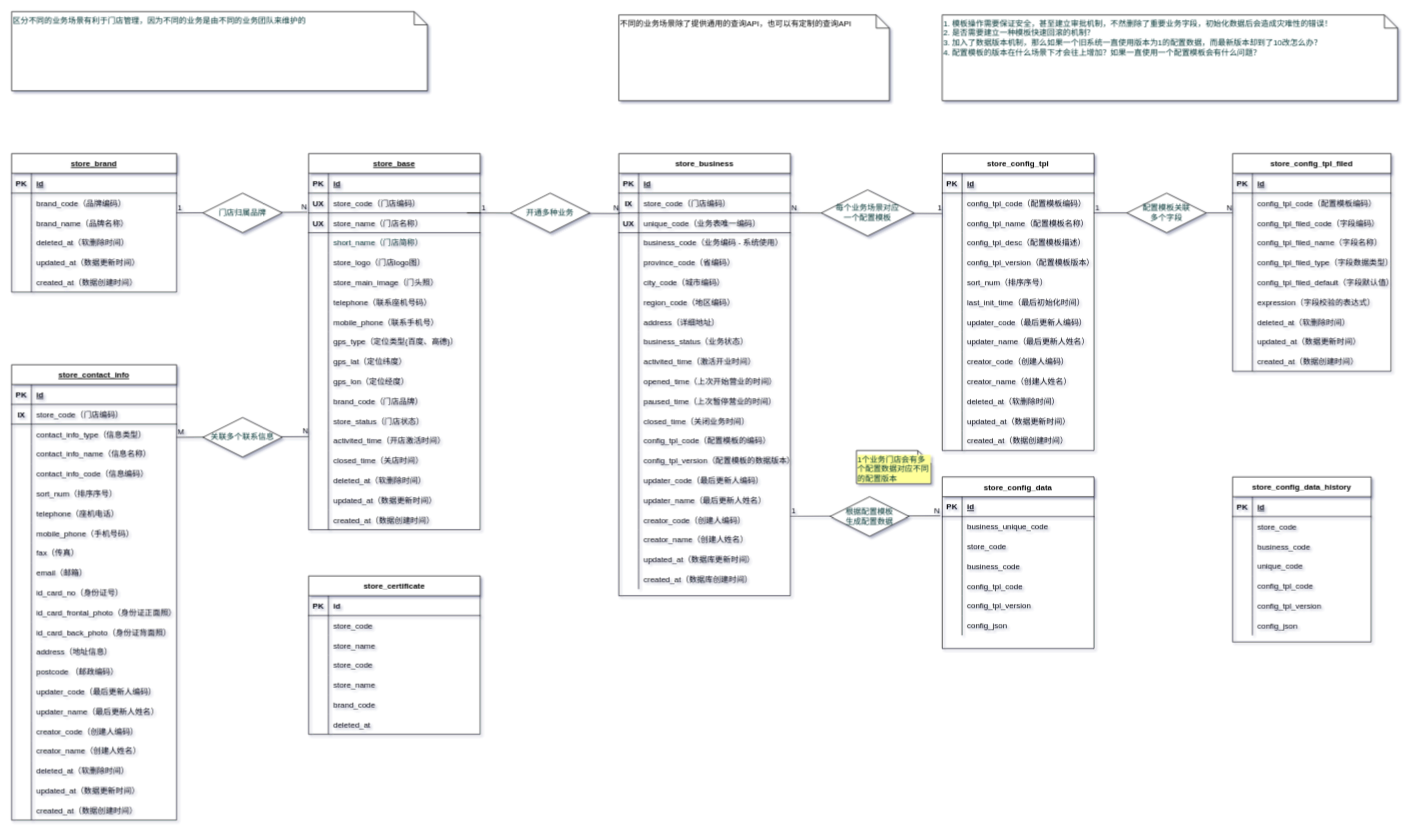
This is Untitled Diagram.drawio from supermanhss/php-ini, a draw.io file, before an edit. Source tidied: cells renumbered, new cells numbered last; positions are measured from the earlier drawing's top-left corner, leaving out a move shared by most shapes. Both pictures are drawn from the tidied source at 66%, with x=0, y=0 at pixel (11, 11).
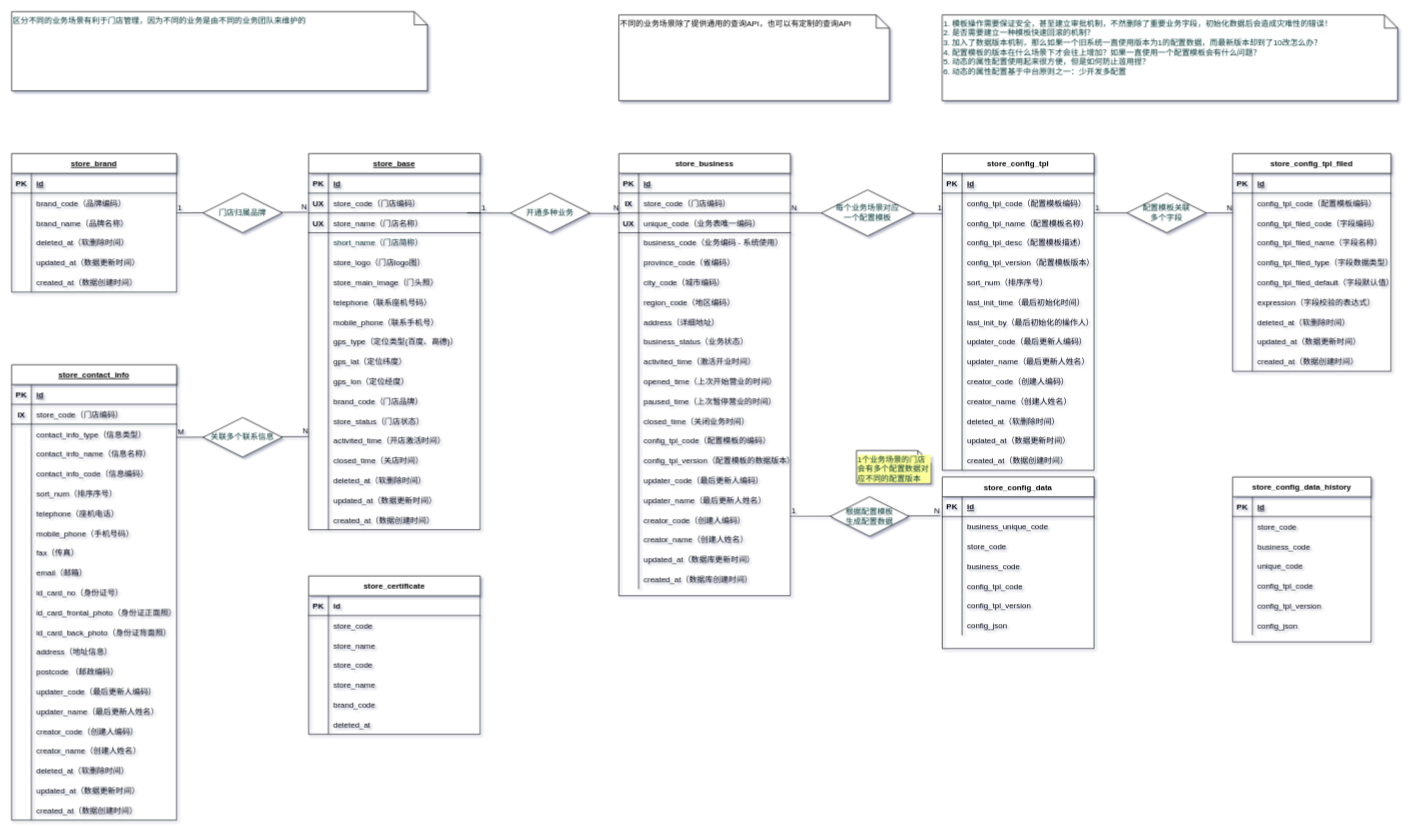
The same diagram, later.

What changed in the source:
```diff
@@
     <mxCell id="121" value="store_config_tpl" style="shape=table;startSize=30;childLayout=tableLayout;rowLines=0;fontStyle=1;align=center;swimlaneFillColor=none;" parent="1" vertex="1">
-      <mxGeometry x="1410" y="215" width="230" height="450" as="geometry" />
+      <mxGeometry x="1410" y="215" width="230" height="480" as="geometry" />
     </mxCell>
@@
+    <mxCell id="375" style="shape=partialRectangle;fillColor=none;top=0;left=0;bottom=0;right=0;labelBackgroundColor=#FFFF99;fontColor=#003333;align=left;verticalAlign=top;" parent="121" vertex="1">
+      <mxGeometry y="240" width="230" height="30" as="geometry" />
+    </mxCell>
+    <mxCell id="376" style="shape=partialRectangle;fillColor=none;top=0;left=0;bottom=0;right=0;overflow=hidden;" parent="375" vertex="1">
+      <mxGeometry width="30" height="30" as="geometry" />
+    </mxCell>
+    <mxCell id="377" value="last_init_by（最后初始化的操作人）" style="shape=partialRectangle;fillColor=none;top=0;left=0;bottom=0;right=0;align=left;spacingLeft=6;overflow=hidden;" parent="375" vertex="1">
+      <mxGeometry x="30" width="200" height="30" as="geometry" />
+    </mxCell>
     <mxCell id="143" style="shape=partialRectangle;fillColor=none;top=0;left=0;bottom=0;right=0;fontColor=#003333;align=left;verticalAlign=top;" parent="121" vertex="1">
-      <mxGeometry y="240" width="230" height="30" as="geometry" />
+      <mxGeometry y="270" width="230" height="30" as="geometry" />
     </mxCell>
@@
     <mxCell id="146" style="shape=partialRectangle;fillColor=none;top=0;left=0;bottom=0;right=0;fontColor=#003333;align=left;verticalAlign=top;" parent="121" vertex="1">
-      <mxGeometry y="270" width="230" height="30" as="geometry" />
+      <mxGeometry y="300" width="230" height="30" as="geometry" />
     </mxCell>
@@
     <mxCell id="149" style="shape=partialRectangle;fillColor=none;top=0;left=0;bottom=0;right=0;fontColor=#003333;align=left;verticalAlign=top;" parent="121" vertex="1">
-      <mxGeometry y="300" width="230" height="30" as="geometry" />
+      <mxGeometry y="330" width="230" height="30" as="geometry" />
     </mxCell>
@@
     <mxCell id="152" style="shape=partialRectangle;fillColor=none;top=0;left=0;bottom=0;right=0;fontColor=#003333;align=left;verticalAlign=top;" parent="121" vertex="1">
-      <mxGeometry y="330" width="230" height="30" as="geometry" />
+      <mxGeometry y="360" width="230" height="30" as="geometry" />
     </mxCell>
@@
     <mxCell id="155" style="shape=partialRectangle;fillColor=none;top=0;left=0;bottom=0;right=0;" parent="121" vertex="1">
-      <mxGeometry y="360" width="230" height="30" as="geometry" />
+      <mxGeometry y="390" width="230" height="30" as="geometry" />
     </mxCell>
@@
     <mxCell id="158" style="shape=partialRectangle;fillColor=none;top=0;left=0;bottom=0;right=0;" parent="121" vertex="1">
-      <mxGeometry y="390" width="230" height="30" as="geometry" />
+      <mxGeometry y="420" width="230" height="30" as="geometry" />
     </mxCell>
@@
     <mxCell id="161" style="shape=partialRectangle;fillColor=none;top=0;left=0;bottom=0;right=0;fontColor=#003333;align=left;verticalAlign=top;" parent="121" vertex="1">
-      <mxGeometry y="420" width="230" height="30" as="geometry" />
+      <mxGeometry y="450" width="230" height="30" as="geometry" />
     </mxCell>
@@
-    <mxCell id="369" value="1. 模板操作需要保证安全，甚至建立审批机制，不然删除了重要业务字段，初始化数据后会造成灾难性的错误！&lt;br&gt;2. 是否需要建立一种模板快速回滚的机制？&lt;br&gt;3. 加入了数据版本机制，那么如果一个旧系统一直使用版本为1的配置数据，而最新版本却到了10改怎么办？&lt;br&gt;4. 配置模板的版本在什么场景下才会往上增加？如果一直使用一个配置模板会有什么问题？" style="shape=note;size=20;whiteSpace=wrap;html=1;fontColor=#003333;align=left;verticalAlign=top;" parent="1" vertex="1">
+    <mxCell id="369" value="1. 模板操作需要保证安全，甚至建立审批机制，不然删除了重要业务字段，初始化数据后会造成灾难性的错误！&lt;br&gt;2. 是否需要建立一种模板快速回滚的机制？&lt;br&gt;3. 加入了数据版本机制，那么如果一个旧系统一直使用版本为1的配置数据，而最新版本却到了10改怎么办？&lt;br&gt;4. 配置模板的版本在什么场景下才会往上增加？如果一直使用一个配置模板会有什么问题？&lt;br&gt;5. 动态的属性配置使用起来很方便，但是如何防止滥用捏？&lt;br&gt;6. 动态的属性配置基于中台原则之一：少开发多配置" style="shape=note;size=20;whiteSpace=wrap;html=1;fontColor=#003333;align=left;verticalAlign=top;" parent="1" vertex="1">
       <mxGeometry x="1410" y="5" width="690" height="130" as="geometry" />
     </mxCell>
@@
-    <mxCell id="374" value="1个业务门店会有多个配置数据对应不同的配置版本" style="shape=note;size=20;whiteSpace=wrap;html=1;fontColor=#003333;align=left;verticalAlign=top;labelBackgroundColor=#FFFF99;" parent="1" vertex="1">
+    <mxCell id="374" value="1个业务场景的门店会有多个配置数据对应不同的配置版本" style="shape=note;size=20;whiteSpace=wrap;html=1;fontColor=#003333;align=left;verticalAlign=top;labelBackgroundColor=#FFFF99;" parent="1" vertex="1">
       <mxGeometry x="1280" y="665" width="113" height="50" as="geometry" />
     </mxCell>
```
